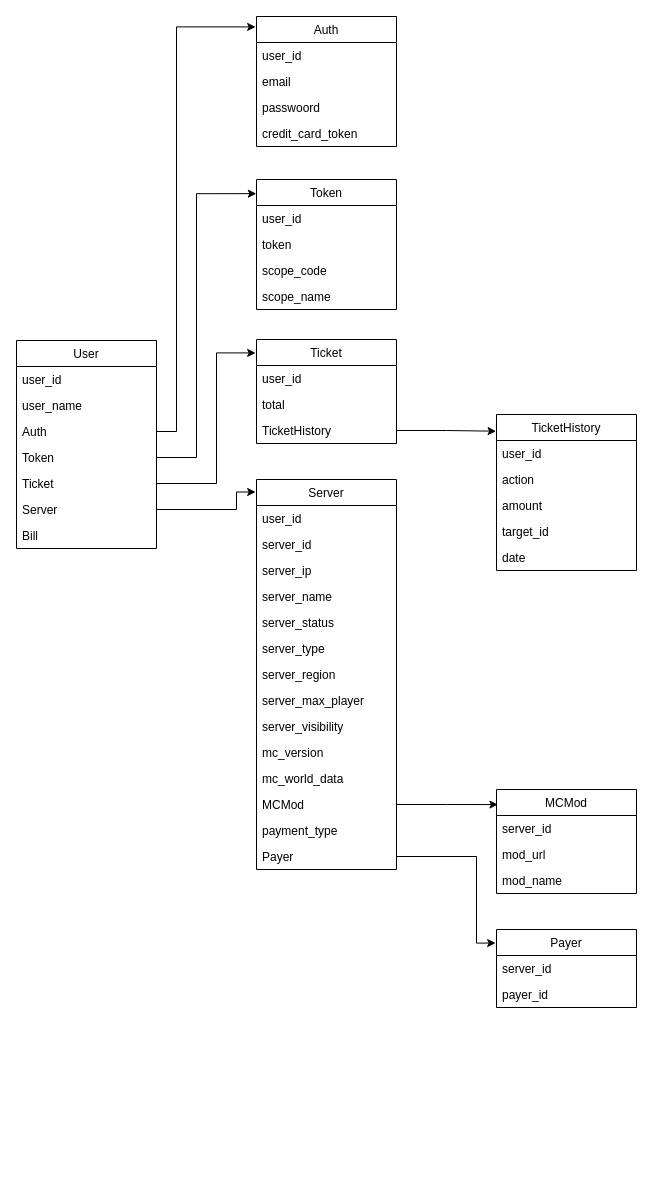
This is micrappu.drawio from tforce7171/MicraPPU-Planning, a draw.io file, before an edit. Source tidied: cells renumbered, new cells numbered last; positions are measured from the earlier drawing's top-left corner, leaving out a move shared by most shapes. Both pictures are drawn from the tidied source at 100%, with x=0, y=0 at pixel (16, 16).
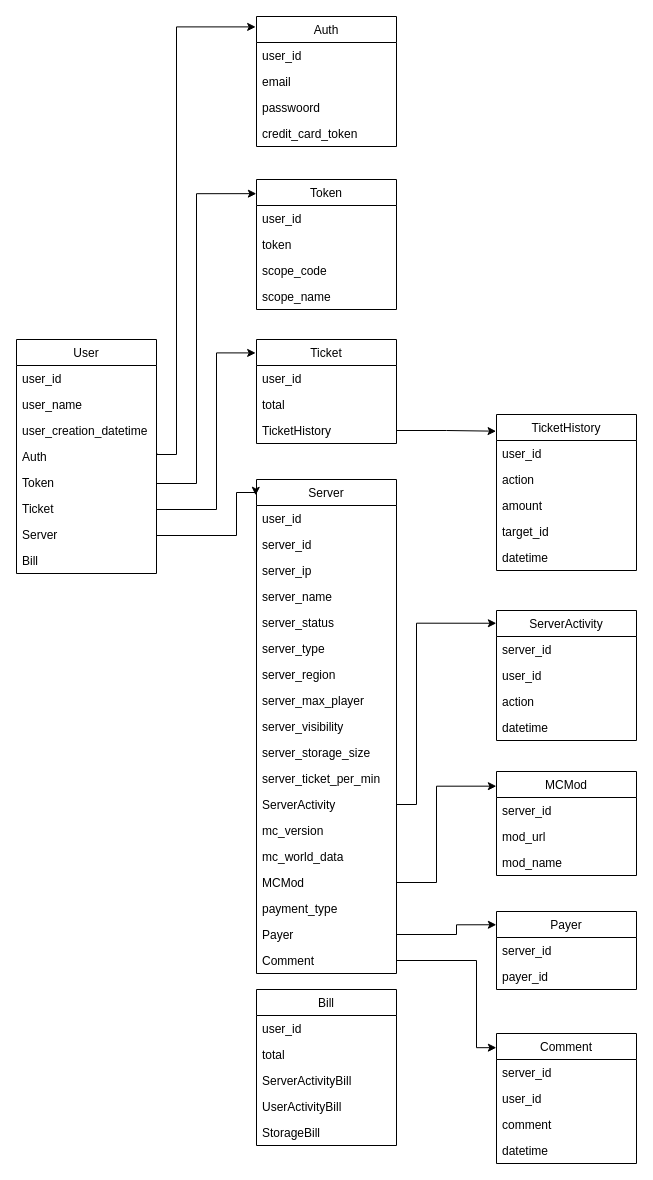
After the change.

The change refers to these unchanged cells:
```xml
<mxCell id="10" value="Auth" style="swimlane;fontStyle=0;horizontal=1;startSize=26;fillColor=#ffffff;gradientColor=none;" parent="1" vertex="1">
  <mxGeometry x="240" width="140" height="130" as="geometry" />
</mxCell>
<mxCell id="15" value="Token" style="swimlane;fontStyle=0;horizontal=1;startSize=26;fillColor=#ffffff;gradientColor=none;" parent="1" vertex="1">
  <mxGeometry x="240" y="163" width="140" height="130" as="geometry" />
</mxCell>
<mxCell id="20" value="Ticket" style="swimlane;fontStyle=0;horizontal=1;startSize=26;fillColor=#ffffff;gradientColor=none;" parent="1" vertex="1">
  <mxGeometry x="240" y="323" width="140" height="104" as="geometry" />
</mxCell>
<mxCell id="24" value="TicketHistory" style="swimlane;fontStyle=0;horizontal=1;startSize=26;fillColor=#ffffff;gradientColor=none;" parent="1" vertex="1">
  <mxGeometry x="480" y="398" width="140" height="156" as="geometry" />
</mxCell>
```

The edit, as a diff of the source:
```diff
@@
     <mxCell id="2" value="User" style="swimlane;fontStyle=0;horizontal=1;startSize=26;fillColor=#ffffff;gradientColor=none;" parent="1" vertex="1">
-      <mxGeometry y="324" width="140" height="208" as="geometry" />
+      <mxGeometry y="323" width="140" height="234" as="geometry" />
     </mxCell>
@@
+    <mxCell id="59" value="user_creation_datetime" style="text;strokeColor=none;fillColor=none;align=left;verticalAlign=top;spacingLeft=4;spacingRight=4;overflow=hidden;" parent="2" vertex="1">
+      <mxGeometry y="78" width="140" height="26" as="geometry" />
+    </mxCell>
     <mxCell id="5" value="Auth" style="text;strokeColor=none;fillColor=none;align=left;verticalAlign=top;spacingLeft=4;spacingRight=4;overflow=hidden;points=[[0,0.5],[1,0.5]];portConstraint=eastwest;" parent="2" vertex="1">
-      <mxGeometry y="78" width="140" height="26" as="geometry" />
+      <mxGeometry y="104" width="140" height="26" as="geometry" />
     </mxCell>
     <mxCell id="6" value="Token" style="text;strokeColor=none;fillColor=none;align=left;verticalAlign=top;spacingLeft=4;spacingRight=4;overflow=hidden;points=[[0,0.5],[1,0.5]];portConstraint=eastwest;" parent="2" vertex="1">
-      <mxGeometry y="104" width="140" height="26" as="geometry" />
+      <mxGeometry y="130" width="140" height="26" as="geometry" />
     </mxCell>
     <mxCell id="7" value="Ticket" style="text;strokeColor=none;fillColor=none;align=left;verticalAlign=top;spacingLeft=4;spacingRight=4;overflow=hidden;points=[[0,0.5],[1,0.5]];portConstraint=eastwest;" parent="2" vertex="1">
-      <mxGeometry y="130" width="140" height="26" as="geometry" />
+      <mxGeometry y="156" width="140" height="26" as="geometry" />
     </mxCell>
     <mxCell id="8" value="Server" style="text;strokeColor=none;fillColor=none;align=left;verticalAlign=top;spacingLeft=4;spacingRight=4;overflow=hidden;points=[[0,0.5],[1,0.5]];portConstraint=eastwest;" parent="2" vertex="1">
-      <mxGeometry y="156" width="140" height="26" as="geometry" />
+      <mxGeometry y="182" width="140" height="26" as="geometry" />
     </mxCell>
     <mxCell id="9" value="Bill" style="text;strokeColor=none;fillColor=none;align=left;verticalAlign=top;spacingLeft=4;spacingRight=4;overflow=hidden;" parent="2" vertex="1">
-      <mxGeometry y="182" width="140" height="26" as="geometry" />
+      <mxGeometry y="208" width="140" height="26" as="geometry" />
     </mxCell>
@@
-    <mxCell id="29" value="date" style="text;strokeColor=none;fillColor=none;align=left;verticalAlign=top;spacingLeft=4;spacingRight=4;overflow=hidden;" parent="24" vertex="1">
+    <mxCell id="29" value="datetime" style="text;strokeColor=none;fillColor=none;align=left;verticalAlign=top;spacingLeft=4;spacingRight=4;overflow=hidden;" parent="24" vertex="1">
       <mxGeometry y="130" width="140" height="26" as="geometry" />
     </mxCell>
@@
     <mxCell id="31" value="Server" style="swimlane;fontStyle=0;horizontal=1;startSize=26;fillColor=#ffffff;gradientColor=none;" parent="1" vertex="1">
-      <mxGeometry x="240" y="463" width="140" height="390" as="geometry" />
+      <mxGeometry x="240" y="463" width="140" height="494" as="geometry" />
     </mxCell>
@@
+    <mxCell id="60" value="server_storage_size" style="text;strokeColor=none;fillColor=none;align=left;verticalAlign=top;spacingLeft=4;spacingRight=4;overflow=hidden;" parent="31" vertex="1">
+      <mxGeometry y="260" width="140" height="26" as="geometry" />
+    </mxCell>
+    <mxCell id="61" value="server_ticket_per_min" style="text;strokeColor=none;fillColor=none;align=left;verticalAlign=top;spacingLeft=4;spacingRight=4;overflow=hidden;" parent="31" vertex="1">
+      <mxGeometry y="286" width="140" height="26" as="geometry" />
+    </mxCell>
+    <mxCell id="62" value="ServerActivity" style="text;strokeColor=none;fillColor=none;align=left;verticalAlign=top;spacingLeft=4;spacingRight=4;overflow=hidden;points=[[0,0.5],[1,0.5]];portConstraint=eastwest;" parent="31" vertex="1">
+      <mxGeometry y="312" width="140" height="26" as="geometry" />
+    </mxCell>
     <mxCell id="41" value="mc_version" style="text;strokeColor=none;fillColor=none;align=left;verticalAlign=top;spacingLeft=4;spacingRight=4;overflow=hidden;" parent="31" vertex="1">
-      <mxGeometry y="260" width="140" height="26" as="geometry" />
+      <mxGeometry y="338" width="140" height="26" as="geometry" />
     </mxCell>
     <mxCell id="42" value="mc_world_data" style="text;strokeColor=none;fillColor=none;align=left;verticalAlign=top;spacingLeft=4;spacingRight=4;overflow=hidden;" parent="31" vertex="1">
-      <mxGeometry y="286" width="140" height="26" as="geometry" />
+      <mxGeometry y="364" width="140" height="26" as="geometry" />
     </mxCell>
     <mxCell id="43" value="MCMod" style="text;strokeColor=none;fillColor=none;align=left;verticalAlign=top;spacingLeft=4;spacingRight=4;overflow=hidden;points=[[0,0.5],[1,0.5]];portConstraint=eastwest;" parent="31" vertex="1">
-      <mxGeometry y="312" width="140" height="26" as="geometry" />
+      <mxGeometry y="390" width="140" height="26" as="geometry" />
     </mxCell>
     <mxCell id="44" value="payment_type" style="text;strokeColor=none;fillColor=none;align=left;verticalAlign=top;spacingLeft=4;spacingRight=4;overflow=hidden;" parent="31" vertex="1">
-      <mxGeometry y="338" width="140" height="26" as="geometry" />
+      <mxGeometry y="416" width="140" height="26" as="geometry" />
     </mxCell>
     <mxCell id="45" value="Payer" style="text;strokeColor=none;fillColor=none;align=left;verticalAlign=top;spacingLeft=4;spacingRight=4;overflow=hidden;points=[[0,0.5],[1,0.5]];portConstraint=eastwest;" parent="31" vertex="1">
-      <mxGeometry y="364" width="140" height="26" as="geometry" />
+      <mxGeometry y="442" width="140" height="26" as="geometry" />
     </mxCell>
+    <mxCell id="63" value="Comment" style="text;strokeColor=none;fillColor=none;align=left;verticalAlign=top;spacingLeft=4;spacingRight=4;overflow=hidden;points=[[0,0.5],[1,0.5]];portConstraint=eastwest;" parent="31" vertex="1">
+      <mxGeometry y="468" width="140" height="26" as="geometry" />
+    </mxCell>
     <mxCell id="46" value="MCMod" style="swimlane;fontStyle=0;horizontal=1;startSize=26;fillColor=#ffffff;gradientColor=none;" parent="1" vertex="1">
-      <mxGeometry x="480" y="773" width="140" height="104" as="geometry" />
+      <mxGeometry x="480" y="755" width="140" height="104" as="geometry" />
     </mxCell>
@@
-    <mxCell id="50" style="edgeStyle=orthogonalEdgeStyle;rounded=0;jettySize=auto;html=1;entryX=0.01;entryY=0.145;entryDx=0;entryDy=0;entryPerimeter=0;" parent="1" edge="1" source="43" target="46">
-      <mxGeometry relative="1" as="geometry" />
-    </mxCell>
     <mxCell id="51" value="Payer" style="swimlane;fontStyle=0;horizontal=1;startSize=26;fillColor=#ffffff;gradientColor=none;" parent="1" vertex="1">
-      <mxGeometry x="480" y="913" width="140" height="78" as="geometry" />
+      <mxGeometry x="480" y="895" width="140" height="78" as="geometry" />
     </mxCell>
@@
-    <mxCell id="54" style="edgeStyle=orthogonalEdgeStyle;rounded=0;jettySize=auto;html=1;entryX=-0.006;entryY=0.174;entryDx=0;entryDy=0;entryPerimeter=0;" parent="1" edge="1" source="45" target="51">
-      <mxGeometry relative="1" as="geometry">
-        <Array as="points">
-          <mxPoint x="460" y="840" />
-          <mxPoint x="460" y="927" />
-        </Array>
-      </mxGeometry>
-    </mxCell>
-    <mxCell id="55" style="edgeStyle=orthogonalEdgeStyle;rounded=0;jettySize=auto;html=1;entryX=-0.006;entryY=0.08;entryDx=0;entryDy=0;entryPerimeter=0;" parent="1" edge="1" source="5" target="10">
+    <mxCell id="55" style="edgeStyle=orthogonalEdgeStyle;rounded=0;jettySize=auto;html=1;entryX=-0.006;entryY=0.08;entryDx=0;entryDy=0;entryPerimeter=0;exitX=1.003;exitY=0.374;exitDx=0;exitDy=0;exitPerimeter=0;" parent="1" edge="1" source="5" target="10">
       <mxGeometry relative="1" as="geometry">
         <Array as="points">
-          <mxPoint x="160" y="415" />
+          <mxPoint x="160" y="438" />
           <mxPoint x="160" y="10" />
         </Array>
       </mxGeometry>
     </mxCell>
-    <mxCell id="56" style="edgeStyle=orthogonalEdgeStyle;rounded=0;jettySize=auto;html=1;entryX=-0.001;entryY=0.109;entryDx=0;entryDy=0;entryPerimeter=0;" parent="1" edge="1" source="6" target="15">
+    <mxCell id="56" style="edgeStyle=orthogonalEdgeStyle;rounded=0;jettySize=auto;html=1;entryX=-0.001;entryY=0.109;entryDx=0;entryDy=0;entryPerimeter=0;exitX=1;exitY=0.5;exitDx=0;exitDy=0;" parent="1" edge="1" source="6" target="15">
       <mxGeometry relative="1" as="geometry">
         <Array as="points">
-          <mxPoint x="180" y="441" />
+          <mxPoint x="180" y="467" />
           <mxPoint x="180" y="177" />
         </Array>
       </mxGeometry>
     </mxCell>
-    <mxCell id="57" style="edgeStyle=orthogonalEdgeStyle;rounded=0;jettySize=auto;html=1;entryX=-0.006;entryY=0.129;entryDx=0;entryDy=0;entryPerimeter=0;" parent="1" edge="1" source="7" target="20">
+    <mxCell id="57" style="edgeStyle=orthogonalEdgeStyle;rounded=0;jettySize=auto;html=1;entryX=-0.006;entryY=0.129;entryDx=0;entryDy=0;entryPerimeter=0;exitX=1;exitY=0.5;exitDx=0;exitDy=0;" parent="1" edge="1" source="7" target="20">
       <mxGeometry relative="1" as="geometry">
         <Array as="points">
-          <mxPoint x="200" y="467" />
+          <mxPoint x="200" y="493" />
           <mxPoint x="200" y="336" />
         </Array>
       </mxGeometry>
     </mxCell>
-    <mxCell id="58" style="edgeStyle=orthogonalEdgeStyle;rounded=0;jettySize=auto;html=1;entryX=-0.006;entryY=0.032;entryDx=0;entryDy=0;entryPerimeter=0;" parent="1" edge="1" source="8" target="31">
+    <mxCell id="58" style="edgeStyle=orthogonalEdgeStyle;rounded=0;jettySize=auto;html=1;entryX=-0.006;entryY=0.032;entryDx=0;entryDy=0;entryPerimeter=0;exitX=1;exitY=0.5;exitDx=0;exitDy=0;" parent="1" edge="1" source="8" target="31">
       <mxGeometry relative="1" as="geometry">
         <Array as="points">
-          <mxPoint x="220" y="493" />
+          <mxPoint x="220" y="519" />
           <mxPoint x="220" y="476" />
+          <mxPoint x="239" y="476" />
         </Array>
       </mxGeometry>
     </mxCell>
+    <mxCell id="64" value="Comment" style="swimlane;fontStyle=0;horizontal=1;startSize=26;fillColor=#ffffff;gradientColor=none;" parent="1" vertex="1">
+      <mxGeometry x="480" y="1017" width="140" height="130" as="geometry" />
+    </mxCell>
+    <mxCell id="65" value="server_id" style="text;strokeColor=none;fillColor=none;align=left;verticalAlign=top;spacingLeft=4;spacingRight=4;overflow=hidden;" parent="64" vertex="1">
+      <mxGeometry y="26" width="140" height="26" as="geometry" />
+    </mxCell>
+    <mxCell id="66" value="user_id" style="text;strokeColor=none;fillColor=none;align=left;verticalAlign=top;spacingLeft=4;spacingRight=4;overflow=hidden;" parent="64" vertex="1">
+      <mxGeometry y="52" width="140" height="26" as="geometry" />
+    </mxCell>
+    <mxCell id="67" value="comment" style="text;strokeColor=none;fillColor=none;align=left;verticalAlign=top;spacingLeft=4;spacingRight=4;overflow=hidden;" parent="64" vertex="1">
+      <mxGeometry y="78" width="140" height="26" as="geometry" />
+    </mxCell>
+    <mxCell id="68" value="datetime" style="text;strokeColor=none;fillColor=none;align=left;verticalAlign=top;spacingLeft=4;spacingRight=4;overflow=hidden;" parent="64" vertex="1">
+      <mxGeometry y="104" width="140" height="26" as="geometry" />
+    </mxCell>
+    <mxCell id="69" value="Bill" style="swimlane;fontStyle=0;horizontal=1;startSize=26;fillColor=#ffffff;gradientColor=none;" parent="1" vertex="1">
+      <mxGeometry x="240" y="973" width="140" height="156" as="geometry" />
+    </mxCell>
+    <mxCell id="70" value="user_id" style="text;strokeColor=none;fillColor=none;align=left;verticalAlign=top;spacingLeft=4;spacingRight=4;overflow=hidden;" parent="69" vertex="1">
+      <mxGeometry y="26" width="140" height="26" as="geometry" />
+    </mxCell>
+    <mxCell id="71" value="total" style="text;strokeColor=none;fillColor=none;align=left;verticalAlign=top;spacingLeft=4;spacingRight=4;overflow=hidden;" parent="69" vertex="1">
+      <mxGeometry y="52" width="140" height="26" as="geometry" />
+    </mxCell>
+    <mxCell id="72" value="ServerActivityBill" style="text;strokeColor=none;fillColor=none;align=left;verticalAlign=top;spacingLeft=4;spacingRight=4;overflow=hidden;" parent="69" vertex="1">
+      <mxGeometry y="78" width="140" height="26" as="geometry" />
+    </mxCell>
+    <mxCell id="73" value="UserActivityBill" style="text;strokeColor=none;fillColor=none;align=left;verticalAlign=top;spacingLeft=4;spacingRight=4;overflow=hidden;" parent="69" vertex="1">
+      <mxGeometry y="104" width="140" height="26" as="geometry" />
+    </mxCell>
+    <mxCell id="74" value="StorageBill" style="text;strokeColor=none;fillColor=none;align=left;verticalAlign=top;spacingLeft=4;spacingRight=4;overflow=hidden;" parent="69" vertex="1">
+      <mxGeometry y="130" width="140" height="26" as="geometry" />
+    </mxCell>
+    <mxCell id="75" value="ServerActivity" style="swimlane;fontStyle=0;horizontal=1;startSize=26;fillColor=#ffffff;gradientColor=none;" parent="1" vertex="1">
+      <mxGeometry x="480" y="594" width="140" height="130" as="geometry" />
+    </mxCell>
+    <mxCell id="76" value="server_id" style="text;strokeColor=none;fillColor=none;align=left;verticalAlign=top;spacingLeft=4;spacingRight=4;overflow=hidden;" parent="75" vertex="1">
+      <mxGeometry y="26" width="140" height="26" as="geometry" />
+    </mxCell>
+    <mxCell id="77" value="user_id" style="text;strokeColor=none;fillColor=none;align=left;verticalAlign=top;spacingLeft=4;spacingRight=4;overflow=hidden;" parent="75" vertex="1">
+      <mxGeometry y="52" width="140" height="26" as="geometry" />
+    </mxCell>
+    <mxCell id="78" value="action" style="text;strokeColor=none;fillColor=none;align=left;verticalAlign=top;spacingLeft=4;spacingRight=4;overflow=hidden;" parent="75" vertex="1">
+      <mxGeometry y="78" width="140" height="26" as="geometry" />
+    </mxCell>
+    <mxCell id="79" value="datetime" style="text;strokeColor=none;fillColor=none;align=left;verticalAlign=top;spacingLeft=4;spacingRight=4;overflow=hidden;" parent="75" vertex="1">
+      <mxGeometry y="104" width="140" height="26" as="geometry" />
+    </mxCell>
+    <mxCell id="80" style="edgeStyle=orthogonalEdgeStyle;rounded=0;jettySize=auto;html=1;entryX=-0.001;entryY=0.098;entryDx=0;entryDy=0;entryPerimeter=0;" parent="1" edge="1" source="62" target="75">
+      <mxGeometry relative="1" as="geometry">
+        <Array as="points">
+          <mxPoint x="400" y="788" />
+          <mxPoint x="400" y="607" />
+        </Array>
+      </mxGeometry>
+    </mxCell>
+    <mxCell id="50" style="edgeStyle=orthogonalEdgeStyle;rounded=0;jettySize=auto;html=1;entryX=-0.001;entryY=0.141;entryDx=0;entryDy=0;entryPerimeter=0;" parent="1" edge="1" source="43" target="46">
+      <mxGeometry relative="1" as="geometry">
+        <Array as="points">
+          <mxPoint x="420" y="866" />
+          <mxPoint x="420" y="770" />
+        </Array>
+      </mxGeometry>
+    </mxCell>
+    <mxCell id="54" style="edgeStyle=orthogonalEdgeStyle;rounded=0;jettySize=auto;html=1;entryX=-0.001;entryY=0.17;entryDx=0;entryDy=0;entryPerimeter=0;" parent="1" edge="1" source="45" target="51">
+      <mxGeometry relative="1" as="geometry">
+        <Array as="points">
+          <mxPoint x="440" y="918" />
+          <mxPoint x="440" y="908" />
+        </Array>
+      </mxGeometry>
+    </mxCell>
+    <mxCell id="81" style="edgeStyle=orthogonalEdgeStyle;rounded=0;jettySize=auto;html=1;entryX=-0.001;entryY=0.109;entryDx=0;entryDy=0;entryPerimeter=0;" parent="1" edge="1" source="63" target="64">
+      <mxGeometry relative="1" as="geometry">
+        <Array as="points">
+          <mxPoint x="460" y="944" />
+          <mxPoint x="460" y="1031" />
+        </Array>
+      </mxGeometry>
+    </mxCell>
```
